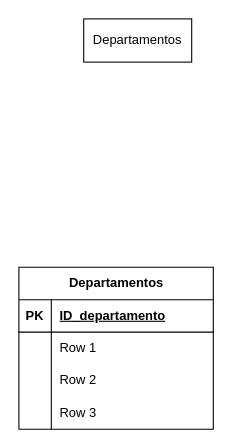
mdmdb21/ttema_astro keeps this draw.io diagram as Diagrama sin título.drawio. Above is the earlier version. Source tidied: cells renumbered, new cells numbered last; positions are measured from the earlier drawing's top-left corner, leaving out a move shared by most shapes. Both pictures are drawn from the tidied source at 108%, with x=0, y=0 at pixel (18, 18).
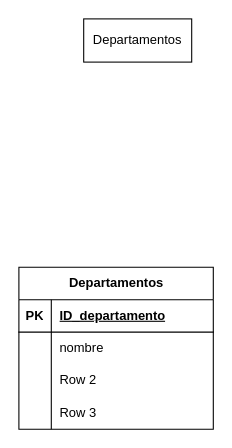
Above is the later version.

Commit message:
diagrama entidad relacion

What changed in the source:
```diff
@@
 <mxGraphModel>
   <root>
     <mxCell id="0" />
     <mxCell id="1" parent="0" />
     <mxCell id="2" value="Departamentos" style="whiteSpace=wrap;html=1;align=center;" parent="1" vertex="1">
       <mxGeometry x="60" width="100" height="40" as="geometry" />
     </mxCell>
     <mxCell id="3" value="Departamentos" style="shape=table;startSize=30;childLayout=tableLayout;rowLines=0;fontStyle=1;align=center;html=1;" parent="1" vertex="1">
       <mxGeometry y="230" width="180" height="150" as="geometry" />
     </mxCell>
     <mxCell id="4" style="shape=tableRow;horizontal=0;startSize=0;swimlaneHead=0;swimlaneBody=0;fillColor=none;top=0;left=0;right=0;bottom=1;" parent="3" vertex="1">
       <mxGeometry y="30" width="180" height="30" as="geometry" />
     </mxCell>
     <mxCell id="5" value="PK" style="shape=partialRectangle;fillColor=none;top=0;left=0;bottom=0;right=0;fontStyle=1;overflow=hidden;whiteSpace=wrap;html=1;" parent="4" vertex="1">
       <mxGeometry width="30" height="30" as="geometry" />
     </mxCell>
     <mxCell id="6" value="ID_departamento" style="shape=partialRectangle;fillColor=none;top=0;left=0;bottom=0;right=0;align=left;spacingLeft=6;fontStyle=5;overflow=hidden;whiteSpace=wrap;html=1;" parent="4" vertex="1">
       <mxGeometry x="30" width="150" height="30" as="geometry" />
     </mxCell>
     <mxCell id="7" style="shape=tableRow;horizontal=0;startSize=0;swimlaneHead=0;swimlaneBody=0;fillColor=none;top=0;left=0;right=0;bottom=0;" parent="3" vertex="1">
       <mxGeometry y="60" width="180" height="30" as="geometry" />
     </mxCell>
     <mxCell id="8" style="shape=partialRectangle;fillColor=none;top=0;left=0;bottom=0;right=0;overflow=hidden;whiteSpace=wrap;html=1;" parent="7" vertex="1">
       <mxGeometry width="30" height="30" as="geometry" />
     </mxCell>
-    <mxCell id="9" value="Row 1" style="shape=partialRectangle;fillColor=none;top=0;left=0;bottom=0;right=0;align=left;spacingLeft=6;overflow=hidden;whiteSpace=wrap;html=1;" parent="7" vertex="1">
+    <mxCell id="9" value="nombre" style="shape=partialRectangle;fillColor=none;top=0;left=0;bottom=0;right=0;align=left;spacingLeft=6;overflow=hidden;whiteSpace=wrap;html=1;" parent="7" vertex="1">
       <mxGeometry x="30" width="150" height="30" as="geometry" />
     </mxCell>
     <mxCell id="10" style="shape=tableRow;horizontal=0;startSize=0;swimlaneHead=0;swimlaneBody=0;fillColor=none;top=0;left=0;right=0;bottom=0;" parent="3" vertex="1">
       <mxGeometry y="90" width="180" height="30" as="geometry" />
     </mxCell>
     <mxCell id="11" style="shape=partialRectangle;fillColor=none;top=0;left=0;bottom=0;right=0;overflow=hidden;whiteSpace=wrap;html=1;" parent="10" vertex="1">
       <mxGeometry width="30" height="30" as="geometry" />
     </mxCell>
     <mxCell id="12" value="Row 2" style="shape=partialRectangle;fillColor=none;top=0;left=0;bottom=0;right=0;align=left;spacingLeft=6;overflow=hidden;whiteSpace=wrap;html=1;" parent="10" vertex="1">
       <mxGeometry x="30" width="150" height="30" as="geometry" />
     </mxCell>
     <mxCell id="13" style="shape=tableRow;horizontal=0;startSize=0;swimlaneHead=0;swimlaneBody=0;fillColor=none;top=0;left=0;right=0;bottom=0;" parent="3" vertex="1">
       <mxGeometry y="120" width="180" height="30" as="geometry" />
     </mxCell>
     <mxCell id="14" style="shape=partialRectangle;fillColor=none;top=0;left=0;bottom=0;right=0;overflow=hidden;whiteSpace=wrap;html=1;" parent="13" vertex="1">
       <mxGeometry width="30" height="30" as="geometry" />
     </mxCell>
     <mxCell id="15" value="Row 3" style="shape=partialRectangle;fillColor=none;top=0;left=0;bottom=0;right=0;align=left;spacingLeft=6;overflow=hidden;whiteSpace=wrap;html=1;" parent="13" vertex="1">
       <mxGeometry x="30" width="150" height="30" as="geometry" />
     </mxCell>
   </root>
 </mxGraphModel>
```
